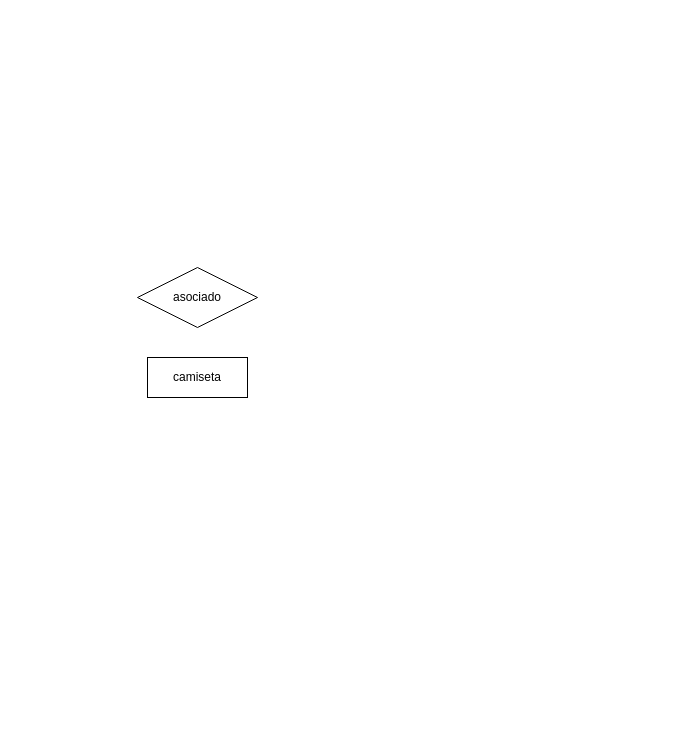
Above: pedidos_camisetas.drawio in Robertpm01/ADBD (draw.io), before the change. Source tidied: cells renumbered, new cells numbered last; positions are measured from the earlier drawing's top-left corner, leaving out a move shared by most shapes. Both pictures are drawn from the tidied source at 100%, with x=0, y=0 at pixel (137, 267).
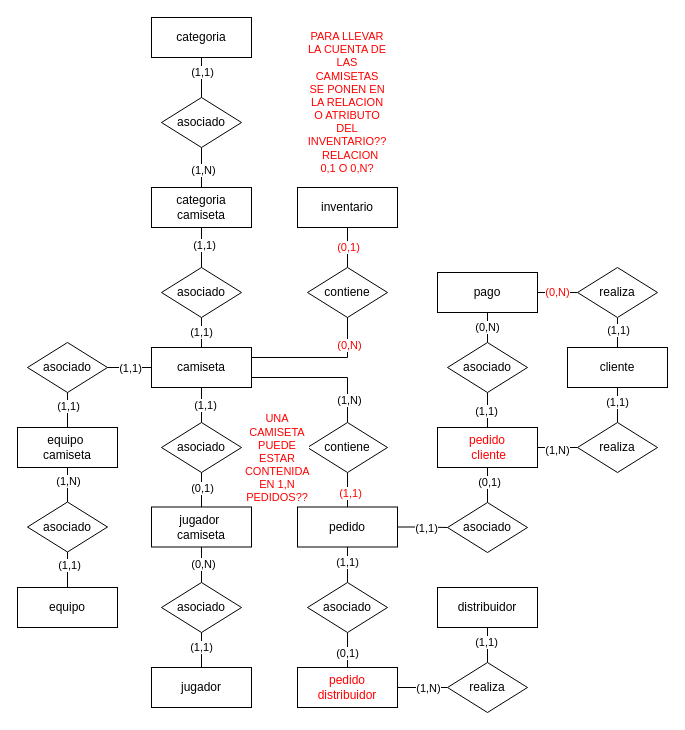
After the change.

Diff of the diagram source:
```diff
@@
+    <mxCell id="4" style="edgeStyle=orthogonalEdgeStyle;rounded=0;jettySize=auto;html=1;entryX=0;entryY=0.5;entryDx=0;entryDy=0;endArrow=none;endFill=0;exitX=1;exitY=0.5;exitDx=0;exitDy=0;" parent="1" edge="1" source="81" target="55">
+      <mxGeometry relative="1" as="geometry" />
+    </mxCell>
+    <mxCell id="5" value="(1,1)" style="edgeLabel;html=1;align=center;verticalAlign=middle;fontFamily=Helvetica;fontSize=11;fontColor=default;labelBackgroundColor=default;" parent="4" vertex="1">
+      <mxGeometry x="0.14" relative="1" as="geometry" />
+    </mxCell>
+    <mxCell id="6" style="edgeStyle=orthogonalEdgeStyle;rounded=0;jettySize=auto;html=1;exitX=1;exitY=0.75;exitDx=0;exitDy=0;entryX=0.5;entryY=0;entryDx=0;entryDy=0;endArrow=none;endFill=0;" parent="1" edge="1" source="2" target="52">
+      <mxGeometry relative="1" as="geometry" />
+    </mxCell>
+    <mxCell id="7" value="(1,N)" style="edgeLabel;html=1;align=center;verticalAlign=middle;fontFamily=Helvetica;fontSize=11;fontColor=default;labelBackgroundColor=default;" parent="6" vertex="1">
+      <mxGeometry x="0.67" y="1" relative="1" as="geometry" />
+    </mxCell>
     <mxCell id="2" value="camiseta" style="whiteSpace=wrap;html=1;align=center;" parent="1" vertex="1">
-      <mxGeometry x="10" y="90" width="100" height="40" as="geometry" />
+      <mxGeometry x="14" y="80" width="100" height="40" as="geometry" />
     </mxCell>
     <mxCell id="3" value="asociado" style="shape=rhombus;perimeter=rhombusPerimeter;whiteSpace=wrap;html=1;align=center;" parent="1" vertex="1">
-      <mxGeometry width="120" height="60" as="geometry" />
+      <mxGeometry x="24" width="80" height="50" as="geometry" />
     </mxCell>
+    <mxCell id="8" value="categoria camiseta" style="whiteSpace=wrap;html=1;align=center;" parent="1" vertex="1">
+      <mxGeometry x="14" y="-80" width="100" height="40" as="geometry" />
+    </mxCell>
+    <mxCell id="9" value="asociado" style="shape=rhombus;perimeter=rhombusPerimeter;whiteSpace=wrap;html=1;align=center;" parent="1" vertex="1">
+      <mxGeometry x="24" y="-170" width="80" height="50" as="geometry" />
+    </mxCell>
+    <mxCell id="10" value="categoria" style="whiteSpace=wrap;html=1;align=center;" parent="1" vertex="1">
+      <mxGeometry x="14" y="-250" width="100" height="40" as="geometry" />
+    </mxCell>
+    <mxCell id="11" value="asociado" style="shape=rhombus;perimeter=rhombusPerimeter;whiteSpace=wrap;html=1;align=center;fontColor=#000000;" parent="1" vertex="1">
+      <mxGeometry x="-110" y="75" width="80" height="50" as="geometry" />
+    </mxCell>
+    <mxCell id="12" value="equipo&amp;nbsp;&lt;div&gt;camiseta&lt;/div&gt;" style="whiteSpace=wrap;html=1;align=center;fontColor=#000000;" parent="1" vertex="1">
+      <mxGeometry x="-120" y="160" width="100" height="40" as="geometry" />
+    </mxCell>
+    <mxCell id="13" value="asociado" style="shape=rhombus;perimeter=rhombusPerimeter;whiteSpace=wrap;html=1;align=center;fontColor=#000000;" parent="1" vertex="1">
+      <mxGeometry x="-110" y="234.5" width="80" height="50" as="geometry" />
+    </mxCell>
+    <mxCell id="14" value="equipo" style="whiteSpace=wrap;html=1;align=center;fontColor=#000000;" parent="1" vertex="1">
+      <mxGeometry x="-120" y="320" width="100" height="40" as="geometry" />
+    </mxCell>
+    <mxCell id="15" value="(1,1)" style="endArrow=none;html=1;rounded=0;exitX=0.5;exitY=0;exitDx=0;exitDy=0;entryX=0.5;entryY=1;entryDx=0;entryDy=0;" parent="1" edge="1" source="2" target="3">
+      <mxGeometry relative="1" as="geometry" />
+    </mxCell>
+    <mxCell id="16" style="endArrow=none;html=1;rounded=0;exitX=0.5;exitY=0;exitDx=0;exitDy=0;entryX=0.5;entryY=1;entryDx=0;entryDy=0;" parent="1" edge="1" source="3" target="8">
+      <mxGeometry relative="1" as="geometry" />
+    </mxCell>
+    <mxCell id="17" value="(1,1)" style="edgeLabel;html=1;align=center;verticalAlign=middle;fontFamily=Helvetica;fontSize=11;fontColor=default;labelBackgroundColor=default;" parent="16" vertex="1">
+      <mxGeometry x="0.15" y="-2" relative="1" as="geometry" />
+    </mxCell>
+    <mxCell id="18" style="endArrow=none;html=1;rounded=0;exitX=0.5;exitY=1;exitDx=0;exitDy=0;entryX=0.5;entryY=0;entryDx=0;entryDy=0;" parent="1" edge="1" source="9" target="8">
+      <mxGeometry relative="1" as="geometry" />
+    </mxCell>
+    <mxCell id="19" value="(1,N)" style="edgeLabel;html=1;align=center;verticalAlign=middle;fontFamily=Helvetica;fontSize=11;fontColor=default;labelBackgroundColor=default;" parent="18" vertex="1">
+      <mxGeometry x="0.1" y="1" relative="1" as="geometry" />
+    </mxCell>
+    <mxCell id="20" style="endArrow=none;html=1;rounded=0;exitX=0.5;exitY=0;exitDx=0;exitDy=0;entryX=0.5;entryY=1;entryDx=0;entryDy=0;" parent="1" edge="1" source="9" target="10">
+      <mxGeometry relative="1" as="geometry" />
+    </mxCell>
+    <mxCell id="21" value="(1,1)" style="edgeLabel;html=1;align=center;verticalAlign=middle;fontFamily=Helvetica;fontSize=11;fontColor=default;labelBackgroundColor=default;" parent="20" vertex="1">
+      <mxGeometry x="0.3" relative="1" as="geometry" />
+    </mxCell>
+    <mxCell id="22" style="endArrow=none;html=1;rounded=0;exitX=0;exitY=0.5;exitDx=0;exitDy=0;entryX=1;entryY=0.5;entryDx=0;entryDy=0;" parent="1" edge="1" source="2" target="11">
+      <mxGeometry relative="1" as="geometry" />
+    </mxCell>
+    <mxCell id="23" value="(1,1)" style="edgeLabel;html=1;align=center;verticalAlign=middle;fontFamily=Helvetica;fontSize=11;fontColor=#000000;labelBackgroundColor=default;" parent="22" vertex="1">
+      <mxGeometry relative="1" as="geometry" />
+    </mxCell>
+    <mxCell id="24" style="endArrow=none;html=1;rounded=0;exitX=0.5;exitY=0;exitDx=0;exitDy=0;entryX=0.5;entryY=1;entryDx=0;entryDy=0;fontColor=#000000;" parent="1" edge="1" source="12" target="11">
+      <mxGeometry relative="1" as="geometry" />
+    </mxCell>
+    <mxCell id="25" value="(1,1)" style="edgeLabel;html=1;align=center;verticalAlign=middle;fontFamily=Helvetica;fontSize=11;fontColor=#000000;labelBackgroundColor=default;" parent="24" vertex="1">
+      <mxGeometry x="0.26" relative="1" as="geometry" />
+    </mxCell>
+    <mxCell id="26" style="endArrow=none;html=1;rounded=0;exitX=0.5;exitY=0;exitDx=0;exitDy=0;entryX=0.5;entryY=1;entryDx=0;entryDy=0;fontColor=#000000;" parent="1" edge="1" source="13" target="12">
+      <mxGeometry relative="1" as="geometry" />
+    </mxCell>
+    <mxCell id="27" value="(1,N)" style="edgeLabel;html=1;align=center;verticalAlign=middle;fontFamily=Helvetica;fontSize=11;fontColor=#000000;labelBackgroundColor=default;" parent="26" vertex="1">
+      <mxGeometry x="0.25" relative="1" as="geometry">
+        <mxPoint y="1" as="offset" />
+      </mxGeometry>
+    </mxCell>
+    <mxCell id="28" style="endArrow=none;html=1;rounded=0;exitX=0.5;exitY=0;exitDx=0;exitDy=0;entryX=0.5;entryY=1;entryDx=0;entryDy=0;fontColor=#000000;" parent="1" edge="1" source="14" target="13">
+      <mxGeometry relative="1" as="geometry" />
+    </mxCell>
+    <mxCell id="29" value="(1,1)" style="edgeLabel;html=1;align=center;verticalAlign=middle;fontFamily=Helvetica;fontSize=11;fontColor=#000000;labelBackgroundColor=default;" parent="28" vertex="1">
+      <mxGeometry x="0.3" y="-1" relative="1" as="geometry" />
+    </mxCell>
+    <mxCell id="30" value="asociado" style="shape=rhombus;perimeter=rhombusPerimeter;whiteSpace=wrap;html=1;align=center;" parent="1" vertex="1">
+      <mxGeometry x="24" y="155" width="80" height="50" as="geometry" />
+    </mxCell>
+    <mxCell id="31" value="jugador&amp;nbsp;&lt;div&gt;camiseta&lt;/div&gt;" style="whiteSpace=wrap;html=1;align=center;" parent="1" vertex="1">
+      <mxGeometry x="14" y="239.5" width="100" height="40" as="geometry" />
+    </mxCell>
+    <mxCell id="32" value="asociado" style="shape=rhombus;perimeter=rhombusPerimeter;whiteSpace=wrap;html=1;align=center;" parent="1" vertex="1">
+      <mxGeometry x="24" y="315" width="80" height="50" as="geometry" />
+    </mxCell>
+    <mxCell id="33" value="jugador" style="whiteSpace=wrap;html=1;align=center;" parent="1" vertex="1">
+      <mxGeometry x="14" y="400" width="100" height="40" as="geometry" />
+    </mxCell>
+    <mxCell id="34" style="endArrow=none;html=1;rounded=0;exitX=0.5;exitY=1;exitDx=0;exitDy=0;entryX=0.5;entryY=0;entryDx=0;entryDy=0;" parent="1" edge="1" source="2" target="30">
+      <mxGeometry relative="1" as="geometry" />
+    </mxCell>
+    <mxCell id="35" value="(1,1)" style="edgeLabel;html=1;align=center;verticalAlign=middle;fontFamily=Helvetica;fontSize=11;fontColor=default;labelBackgroundColor=default;" parent="34" vertex="1">
+      <mxGeometry x="-0.03" y="3" relative="1" as="geometry" />
+    </mxCell>
+    <mxCell id="36" style="endArrow=none;html=1;rounded=0;exitX=0.5;exitY=0;exitDx=0;exitDy=0;entryX=0.5;entryY=1;entryDx=0;entryDy=0;" parent="1" edge="1" source="31" target="30">
+      <mxGeometry relative="1" as="geometry" />
+    </mxCell>
+    <mxCell id="37" value="(0,1)" style="edgeLabel;html=1;align=center;verticalAlign=middle;fontFamily=Helvetica;fontSize=11;fontColor=default;labelBackgroundColor=default;" parent="36" vertex="1">
+      <mxGeometry x="0.13" y="-3" relative="1" as="geometry">
+        <mxPoint x="-3" as="offset" />
+      </mxGeometry>
+    </mxCell>
+    <mxCell id="38" style="endArrow=none;html=1;rounded=0;exitX=0.5;exitY=1;exitDx=0;exitDy=0;entryX=0.5;entryY=0;entryDx=0;entryDy=0;" parent="1" edge="1" source="31" target="32">
+      <mxGeometry relative="1" as="geometry" />
+    </mxCell>
+    <mxCell id="39" value="(0,N)" style="edgeLabel;html=1;align=center;verticalAlign=middle;fontFamily=Helvetica;fontSize=11;fontColor=default;labelBackgroundColor=default;" parent="38" vertex="1">
+      <mxGeometry x="-0.07" y="1" relative="1" as="geometry" />
+    </mxCell>
+    <mxCell id="40" style="endArrow=none;html=1;rounded=0;exitX=0.5;exitY=1;exitDx=0;exitDy=0;entryX=0.5;entryY=0;entryDx=0;entryDy=0;" parent="1" edge="1" source="32" target="33">
+      <mxGeometry relative="1" as="geometry" />
+    </mxCell>
+    <mxCell id="41" value="(1,1)" style="edgeLabel;html=1;align=center;verticalAlign=middle;fontFamily=Helvetica;fontSize=11;fontColor=default;labelBackgroundColor=default;" parent="40" vertex="1">
+      <mxGeometry x="-0.2" y="-1" relative="1" as="geometry" />
+    </mxCell>
+    <mxCell id="42" style="edgeStyle=orthogonalEdgeStyle;rounded=0;jettySize=auto;html=1;endArrow=none;endFill=0;" parent="1" edge="1" source="44" target="47">
+      <mxGeometry relative="1" as="geometry" />
+    </mxCell>
+    <mxCell id="43" value="(0,1)" style="edgeLabel;html=1;align=center;verticalAlign=middle;fontFamily=Helvetica;fontSize=11;fontColor=#FF0000;labelBackgroundColor=default;" parent="42" vertex="1">
+      <mxGeometry x="0.05" relative="1" as="geometry" />
+    </mxCell>
+    <mxCell id="44" value="contiene" style="shape=rhombus;perimeter=rhombusPerimeter;whiteSpace=wrap;html=1;align=center;" parent="1" vertex="1">
+      <mxGeometry x="170" width="80" height="50" as="geometry" />
+    </mxCell>
+    <mxCell id="45" style="endArrow=none;html=1;rounded=0;exitX=1;exitY=0.25;exitDx=0;exitDy=0;entryX=0.5;entryY=1;entryDx=0;entryDy=0;" parent="1" edge="1" source="2" target="44">
+      <mxGeometry relative="1" as="geometry">
+        <Array as="points">
+          <mxPoint x="210" y="90" />
+        </Array>
+      </mxGeometry>
+    </mxCell>
+    <mxCell id="46" value="(0,N)" style="edgeLabel;html=1;align=center;verticalAlign=middle;fontFamily=Helvetica;fontSize=11;fontColor=#FF0000;labelBackgroundColor=default;" parent="45" vertex="1">
+      <mxGeometry x="0.6" y="-1" relative="1" as="geometry" />
+    </mxCell>
+    <mxCell id="47" value="inventario" style="whiteSpace=wrap;html=1;align=center;" parent="1" vertex="1">
+      <mxGeometry x="160" y="-80" width="100" height="40" as="geometry" />
+    </mxCell>
+    <mxCell id="48" style="edgeStyle=orthogonalEdgeStyle;rounded=0;jettySize=auto;html=1;entryX=0.5;entryY=0;entryDx=0;entryDy=0;endArrow=none;endFill=0;exitX=0.5;exitY=1;exitDx=0;exitDy=0;" parent="1" edge="1" source="84" target="58">
+      <mxGeometry relative="1" as="geometry" />
+    </mxCell>
+    <mxCell id="49" value="&lt;font color=&quot;#000000&quot;&gt;(0,1)&lt;/font&gt;" style="edgeLabel;html=1;align=center;verticalAlign=middle;fontFamily=Helvetica;fontSize=11;fontColor=#FF0000;labelBackgroundColor=default;" parent="48" vertex="1">
+      <mxGeometry x="0.14" y="-1" relative="1" as="geometry" />
+    </mxCell>
+    <mxCell id="50" style="edgeStyle=orthogonalEdgeStyle;shape=connector;rounded=0;jettySize=auto;html=1;entryX=0.5;entryY=0;entryDx=0;entryDy=0;strokeColor=default;align=center;verticalAlign=middle;fontFamily=Helvetica;fontSize=11;fontColor=default;labelBackgroundColor=default;endArrow=none;endFill=0;" parent="1" edge="1" source="52" target="81">
+      <mxGeometry relative="1" as="geometry" />
+    </mxCell>
+    <mxCell id="51" value="(1,1)" style="edgeLabel;html=1;align=center;verticalAlign=middle;fontFamily=Helvetica;fontSize=11;fontColor=#FF0000;labelBackgroundColor=default;" parent="50" vertex="1">
+      <mxGeometry x="0.36" y="2" relative="1" as="geometry" />
+    </mxCell>
+    <mxCell id="52" value="contiene" style="shape=rhombus;perimeter=rhombusPerimeter;whiteSpace=wrap;html=1;align=center;" parent="1" vertex="1">
+      <mxGeometry x="170" y="155" width="80" height="50" as="geometry" />
+    </mxCell>
+    <mxCell id="53" style="edgeStyle=orthogonalEdgeStyle;shape=connector;rounded=0;jettySize=auto;html=1;strokeColor=default;align=center;verticalAlign=middle;fontFamily=Helvetica;fontSize=11;fontColor=default;labelBackgroundColor=default;endArrow=none;endFill=0;" parent="1" edge="1" source="55" target="65">
+      <mxGeometry relative="1" as="geometry" />
+    </mxCell>
+    <mxCell id="54" value="(0,1)" style="edgeLabel;html=1;align=center;verticalAlign=middle;fontFamily=Helvetica;fontSize=11;fontColor=default;labelBackgroundColor=default;" parent="53" vertex="1">
+      <mxGeometry x="0.36" y="-1" relative="1" as="geometry" />
+    </mxCell>
+    <mxCell id="55" value="asociado" style="shape=rhombus;perimeter=rhombusPerimeter;whiteSpace=wrap;html=1;align=center;" parent="1" vertex="1">
+      <mxGeometry x="310" y="235" width="80" height="50" as="geometry" />
+    </mxCell>
+    <mxCell id="56" style="edgeStyle=orthogonalEdgeStyle;rounded=0;jettySize=auto;html=1;entryX=0;entryY=0.5;entryDx=0;entryDy=0;endArrow=none;endFill=0;" parent="1" edge="1" source="58" target="61">
+      <mxGeometry relative="1" as="geometry" />
+    </mxCell>
+    <mxCell id="57" value="(1,N)" style="edgeLabel;html=1;align=center;verticalAlign=middle;fontFamily=Helvetica;fontSize=11;fontColor=default;labelBackgroundColor=default;" parent="56" vertex="1">
+      <mxGeometry x="0.19" y="1" relative="1" as="geometry">
+        <mxPoint y="1" as="offset" />
+      </mxGeometry>
+    </mxCell>
+    <mxCell id="58" value="pedido distribuidor" style="whiteSpace=wrap;html=1;align=center;fontColor=#FF0000;" parent="1" vertex="1">
+      <mxGeometry x="160" y="400" width="100" height="40" as="geometry" />
+    </mxCell>
+    <mxCell id="59" style="edgeStyle=orthogonalEdgeStyle;rounded=0;jettySize=auto;html=1;entryX=0.5;entryY=1;entryDx=0;entryDy=0;endArrow=none;endFill=0;" parent="1" edge="1" source="61" target="62">
+      <mxGeometry relative="1" as="geometry" />
+    </mxCell>
+    <mxCell id="60" value="(1,1)" style="edgeLabel;html=1;align=center;verticalAlign=middle;fontFamily=Helvetica;fontSize=11;fontColor=default;labelBackgroundColor=default;" parent="59" vertex="1">
+      <mxGeometry x="0.38" y="2" relative="1" as="geometry" />
+    </mxCell>
+    <mxCell id="61" value="realiza" style="shape=rhombus;perimeter=rhombusPerimeter;whiteSpace=wrap;html=1;align=center;" parent="1" vertex="1">
+      <mxGeometry x="310" y="395" width="80" height="50" as="geometry" />
+    </mxCell>
+    <mxCell id="62" value="distribuidor" style="whiteSpace=wrap;html=1;align=center;" parent="1" vertex="1">
+      <mxGeometry x="300" y="320" width="100" height="40" as="geometry" />
+    </mxCell>
+    <mxCell id="63" style="edgeStyle=orthogonalEdgeStyle;shape=connector;rounded=0;jettySize=auto;html=1;entryX=0.5;entryY=1;entryDx=0;entryDy=0;strokeColor=default;align=center;verticalAlign=middle;fontFamily=Helvetica;fontSize=11;fontColor=default;labelBackgroundColor=default;endArrow=none;endFill=0;" parent="1" edge="1" source="65" target="67">
+      <mxGeometry relative="1" as="geometry" />
+    </mxCell>
+    <mxCell id="64" value="(1,1)" style="edgeLabel;html=1;align=center;verticalAlign=middle;fontFamily=Helvetica;fontSize=11;fontColor=default;labelBackgroundColor=default;" parent="63" vertex="1">
+      <mxGeometry x="0.01" y="-2" relative="1" as="geometry" />
+    </mxCell>
+    <mxCell id="65" value="pedido&lt;div&gt;&amp;nbsp;cliente&lt;/div&gt;" style="whiteSpace=wrap;html=1;align=center;fontColor=#FF0000;" parent="1" vertex="1">
+      <mxGeometry x="300" y="160" width="100" height="40" as="geometry" />
+    </mxCell>
+    <mxCell id="66" value="(0,N)" style="edgeStyle=orthogonalEdgeStyle;shape=connector;rounded=0;jettySize=auto;html=1;strokeColor=default;align=center;verticalAlign=middle;fontFamily=Helvetica;fontSize=11;fontColor=default;labelBackgroundColor=default;endArrow=none;endFill=0;" parent="1" edge="1" source="67" target="69">
+      <mxGeometry relative="1" as="geometry" />
+    </mxCell>
+    <mxCell id="67" value="asociado" style="shape=rhombus;perimeter=rhombusPerimeter;whiteSpace=wrap;html=1;align=center;" parent="1" vertex="1">
+      <mxGeometry x="310" y="75" width="80" height="50" as="geometry" />
+    </mxCell>
+    <mxCell id="68" value="&lt;font color=&quot;#ff0000&quot;&gt;(0,N)&lt;/font&gt;" style="edgeStyle=orthogonalEdgeStyle;shape=connector;rounded=0;jettySize=auto;html=1;strokeColor=default;align=center;verticalAlign=middle;fontFamily=Helvetica;fontSize=11;fontColor=default;labelBackgroundColor=default;endArrow=none;endFill=0;entryX=0;entryY=0.5;entryDx=0;entryDy=0;" parent="1" edge="1" source="69" target="72">
+      <mxGeometry relative="1" as="geometry" />
+    </mxCell>
+    <mxCell id="69" value="pago" style="whiteSpace=wrap;html=1;align=center;" parent="1" vertex="1">
+      <mxGeometry x="300" y="5" width="100" height="40" as="geometry" />
+    </mxCell>
+    <mxCell id="70" style="edgeStyle=orthogonalEdgeStyle;shape=connector;rounded=0;jettySize=auto;html=1;strokeColor=default;align=center;verticalAlign=middle;fontFamily=Helvetica;fontSize=11;fontColor=default;labelBackgroundColor=default;endArrow=none;endFill=0;" parent="1" edge="1" source="72" target="75">
+      <mxGeometry relative="1" as="geometry" />
+    </mxCell>
+    <mxCell id="71" value="(1,1)" style="edgeLabel;html=1;align=center;verticalAlign=middle;fontFamily=Helvetica;fontSize=11;fontColor=default;labelBackgroundColor=default;" parent="70" vertex="1">
+      <mxGeometry x="0.27" relative="1" as="geometry" />
+    </mxCell>
+    <mxCell id="72" value="realiza" style="shape=rhombus;perimeter=rhombusPerimeter;whiteSpace=wrap;html=1;align=center;" parent="1" vertex="1">
+      <mxGeometry x="440" width="80" height="50" as="geometry" />
+    </mxCell>
+    <mxCell id="73" style="edgeStyle=orthogonalEdgeStyle;shape=connector;rounded=0;jettySize=auto;html=1;strokeColor=default;align=center;verticalAlign=middle;fontFamily=Helvetica;fontSize=11;fontColor=default;labelBackgroundColor=default;endArrow=none;endFill=0;" parent="1" edge="1" source="75" target="78">
+      <mxGeometry relative="1" as="geometry" />
+    </mxCell>
+    <mxCell id="74" value="(1,1)" style="edgeLabel;html=1;align=center;verticalAlign=middle;fontFamily=Helvetica;fontSize=11;fontColor=default;labelBackgroundColor=default;" parent="73" vertex="1">
+      <mxGeometry x="-0.4" y="-1" relative="1" as="geometry" />
+    </mxCell>
+    <mxCell id="75" value="cliente" style="whiteSpace=wrap;html=1;align=center;" parent="1" vertex="1">
+      <mxGeometry x="430" y="80" width="100" height="40" as="geometry" />
+    </mxCell>
+    <mxCell id="76" style="edgeStyle=orthogonalEdgeStyle;shape=connector;rounded=0;jettySize=auto;html=1;strokeColor=default;align=center;verticalAlign=middle;fontFamily=Helvetica;fontSize=11;fontColor=default;labelBackgroundColor=default;endArrow=none;endFill=0;" parent="1" edge="1" source="78" target="65">
+      <mxGeometry relative="1" as="geometry" />
+    </mxCell>
+    <mxCell id="77" value="(1,N)" style="edgeLabel;html=1;align=center;verticalAlign=middle;fontFamily=Helvetica;fontSize=11;fontColor=default;labelBackgroundColor=default;" parent="76" vertex="1">
+      <mxGeometry x="0.04" y="2" relative="1" as="geometry" />
+    </mxCell>
+    <mxCell id="78" value="realiza" style="shape=rhombus;perimeter=rhombusPerimeter;whiteSpace=wrap;html=1;align=center;" parent="1" vertex="1">
+      <mxGeometry x="440" y="155" width="80" height="50" as="geometry" />
+    </mxCell>
+    <mxCell id="79" value="&lt;font color=&quot;#ff0000&quot;&gt;PARA LLEVAR LA CUENTA DE LAS CAMISETAS SE PONEN EN LA RELACION O ATRIBUTO DEL INVENTARIO??&lt;/font&gt;&lt;div&gt;&lt;font color=&quot;#ff0000&quot;&gt;&amp;nbsp;&amp;nbsp;RELACION 0,1 O 0,N?&lt;/font&gt;&lt;/div&gt;" style="text;html=1;align=center;verticalAlign=middle;whiteSpace=wrap;rounded=0;fontFamily=Helvetica;fontSize=11;fontColor=default;labelBackgroundColor=default;" parent="1" vertex="1">
+      <mxGeometry x="180" y="-180" width="60" height="30" as="geometry" />
+    </mxCell>
+    <mxCell id="80" value="UNA CAMISETA PUEDE ESTAR CONTENIDA EN 1,N PEDIDOS??" style="text;html=1;align=center;verticalAlign=middle;whiteSpace=wrap;rounded=0;fontFamily=Helvetica;fontSize=11;fontColor=#FF0000;labelBackgroundColor=default;" parent="1" vertex="1">
+      <mxGeometry x="120" y="190" width="40" as="geometry" />
+    </mxCell>
+    <mxCell id="81" value="pedido&lt;div&gt;&lt;/div&gt;" style="whiteSpace=wrap;html=1;align=center;" parent="1" vertex="1">
+      <mxGeometry x="160" y="239.5" width="100" height="40" as="geometry" />
+    </mxCell>
+    <mxCell id="82" style="edgeStyle=orthogonalEdgeStyle;shape=connector;rounded=0;jettySize=auto;html=1;strokeColor=default;align=center;verticalAlign=middle;fontFamily=Helvetica;fontSize=11;fontColor=default;labelBackgroundColor=default;endArrow=none;endFill=0;" parent="1" edge="1" source="84" target="81">
+      <mxGeometry relative="1" as="geometry" />
+    </mxCell>
+    <mxCell id="83" value="(1,1)" style="edgeLabel;html=1;align=center;verticalAlign=middle;fontFamily=Helvetica;fontSize=11;fontColor=default;labelBackgroundColor=default;" parent="82" vertex="1">
+      <mxGeometry x="0.37" y="1" relative="1" as="geometry" />
+    </mxCell>
+    <mxCell id="84" value="asociado" style="shape=rhombus;perimeter=rhombusPerimeter;whiteSpace=wrap;html=1;align=center;" parent="1" vertex="1">
+      <mxGeometry x="170" y="315" width="80" height="50" as="geometry" />
+    </mxCell>
```
